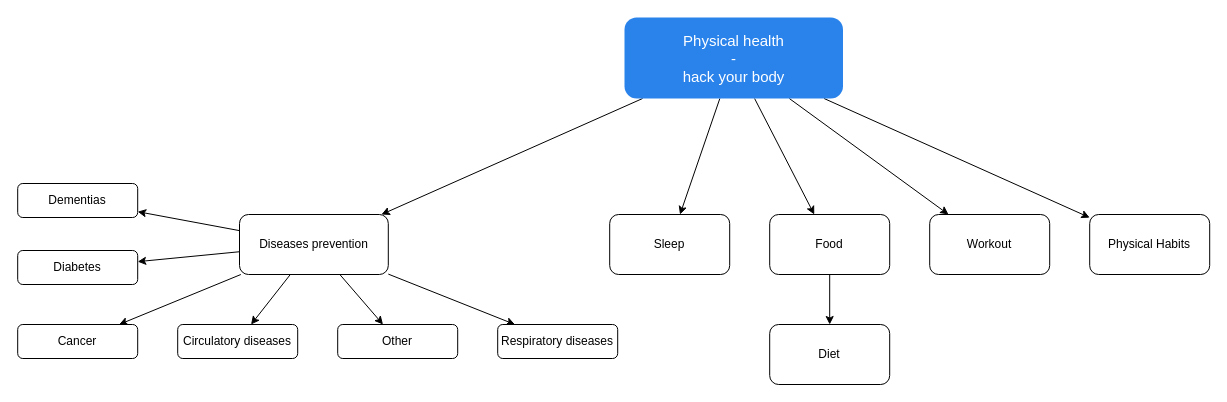
alfonsograziano/personal-blog keeps this draw.io diagram as page "Physical Health" (4 of 4) of Wellbeing.drawio. Above is the earlier version. Source tidied: cells renumbered, new cells numbered last; positions are measured from the earlier drawing's top-left corner, leaving out a move shared by most shapes. Both pictures are drawn from the tidied source at 100%, with x=0, y=0 at pixel (17, 17).
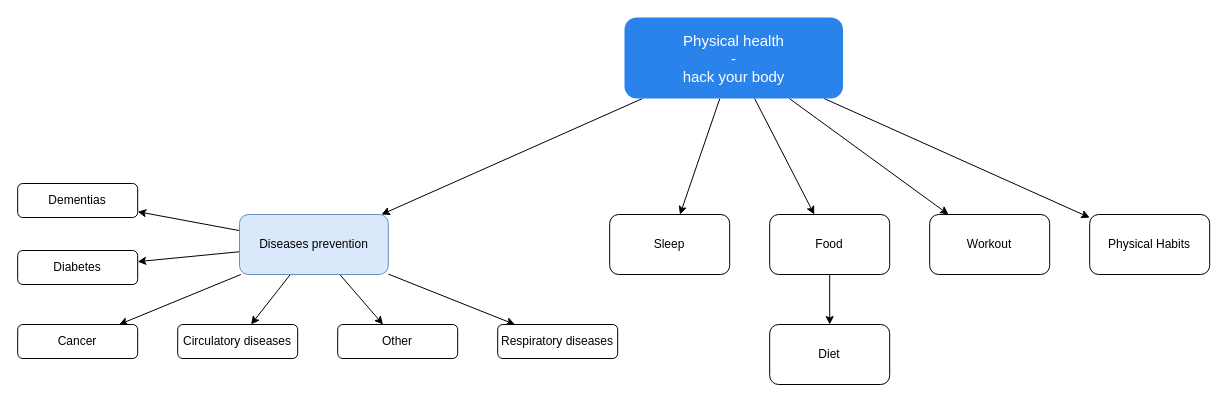
Above is the later version.

What changed in the source:
```diff
@@
-    <mxCell id="19" value="Diseases prevention" style="rounded=1;whiteSpace=wrap;html=1;fontStyle=0;" parent="1" vertex="1">
+    <mxCell id="19" value="Diseases prevention" style="rounded=1;whiteSpace=wrap;html=1;fontStyle=0;fillColor=#dae8fc;strokeColor=#6c8ebf;" parent="1" vertex="1">
       <mxGeometry x="222" y="197" width="148.8" height="60" as="geometry" />
     </mxCell>
```
